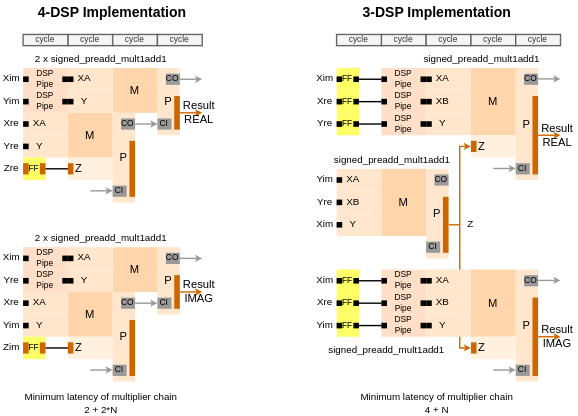
This is VHDL/dspcore2/doc/complex_mult1add1_xilinx.drawio.svg from Fixitfetish/fpga_potpourri, a draw.io export, as it was before one commit. Source tidied: cells renumbered, new cells last; positions are measured from the earlier drawing's top-left corner, leaving out a move shared by most shapes.
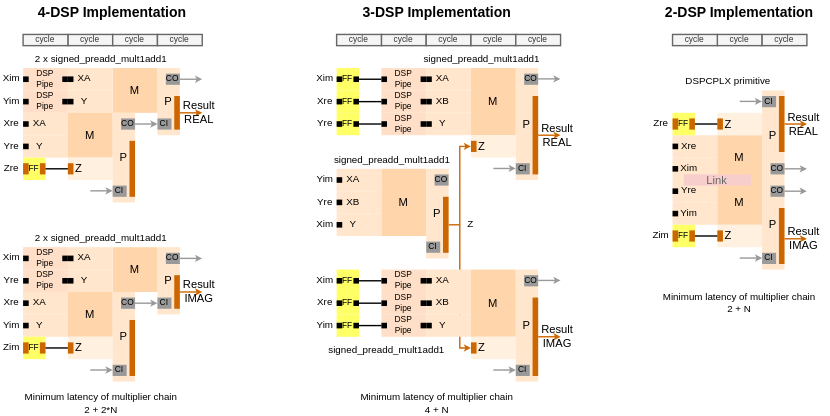
Above is the later version.

What changed in the source:
```diff
@@ -819,5 +819,206 @@
     <mxCell id="248" value="Minimum latency of multiplier chain&lt;br&gt;4 + N" style="text;html=1;strokeColor=none;fillColor=none;align=center;verticalAlign=middle;whiteSpace=wrap;rounded=0;fontSize=7;" parent="1" vertex="1">
       <mxGeometry x="240" y="280" width="144" height="16" as="geometry" />
     </mxCell>
+    <mxCell id="249" value="2-DSP Implementation" style="text;html=1;strokeColor=none;fillColor=none;align=center;verticalAlign=middle;whiteSpace=wrap;rounded=0;fontSize=10;fontStyle=1;" parent="1" vertex="1">
+      <mxGeometry x="464" width="128" height="16" as="geometry" />
+    </mxCell>
+    <mxCell id="250" value="cycle" style="rounded=0;whiteSpace=wrap;html=1;fillStyle=auto;strokeColor=#666666;fontSize=6;fontColor=#333333;fillColor=#f5f5f5;" parent="1" vertex="1">
+      <mxGeometry x="512" y="24" width="32" height="8" as="geometry" />
+    </mxCell>
+    <mxCell id="251" value="cycle" style="rounded=0;whiteSpace=wrap;html=1;fillStyle=auto;strokeColor=#666666;fontSize=6;fontColor=#333333;fillColor=#f5f5f5;" parent="1" vertex="1">
+      <mxGeometry x="544" y="24" width="32" height="8" as="geometry" />
+    </mxCell>
+    <mxCell id="252" value="cycle" style="rounded=0;whiteSpace=wrap;html=1;fillStyle=auto;strokeColor=#666666;fontSize=6;fontColor=#333333;fillColor=#f5f5f5;" parent="1" vertex="1">
+      <mxGeometry x="480" y="24" width="32" height="8" as="geometry" />
+    </mxCell>
+    <mxCell id="253" value="Minimum latency of multiplier chain&lt;br&gt;2 + N" style="text;html=1;strokeColor=none;fillColor=none;align=center;verticalAlign=middle;whiteSpace=wrap;rounded=0;fontSize=7;" parent="1" vertex="1">
+      <mxGeometry x="464" y="208" width="128" height="16" as="geometry" />
+    </mxCell>
+    <mxCell id="254" value="DSPCPLX primitive" style="text;html=1;strokeColor=none;fillColor=none;align=center;verticalAlign=middle;whiteSpace=wrap;rounded=0;fontSize=7;" parent="1" vertex="1">
+      <mxGeometry x="480" y="52" width="80" height="12" as="geometry" />
+    </mxCell>
+    <mxCell id="255" style="group;" parent="1" vertex="1">
+      <mxGeometry x="480" y="64" width="80" height="64" as="geometry" />
+    </mxCell>
+    <mxCell id="256" value="M" style="rounded=0;whiteSpace=wrap;html=1;fillColor=#FFD5AB;strokeColor=none;dashed=1;fontSize=8;align=center;" parent="255" vertex="1">
+      <mxGeometry x="32" y="32" width="32" height="32" as="geometry" />
+    </mxCell>
+    <mxCell id="257" style="rounded=0;whiteSpace=wrap;html=1;fillColor=#FFF0E0;strokeColor=none;dashed=1;fontSize=8;align=center;" parent="255" vertex="1">
+      <mxGeometry x="32" y="16" width="32" height="16" as="geometry" />
+    </mxCell>
+    <mxCell id="258" value="P" style="rounded=0;whiteSpace=wrap;html=1;fillColor=#ffe6cc;strokeColor=none;dashed=1;fontSize=8;align=center;" parent="255" vertex="1">
+      <mxGeometry x="64" width="16" height="64" as="geometry" />
+    </mxCell>
+    <mxCell id="259" value="CI" style="rounded=0;whiteSpace=wrap;html=1;fillColor=#999999;strokeColor=none;dashed=1;fontSize=6;" parent="255" vertex="1">
+      <mxGeometry x="64" y="4" width="10" height="8" as="geometry" />
+    </mxCell>
+    <mxCell id="260" value="CO" style="rounded=0;whiteSpace=wrap;html=1;fillColor=#999999;strokeColor=none;dashed=1;fontSize=6;" parent="255" vertex="1">
+      <mxGeometry x="70" y="52" width="10" height="8" as="geometry" />
+    </mxCell>
+    <mxCell id="261" style="rounded=0;whiteSpace=wrap;html=1;fillColor=#CC6600;strokeColor=none;dashed=1;" parent="255" vertex="1">
+      <mxGeometry x="76" y="4" width="4" height="40" as="geometry" />
+    </mxCell>
+    <mxCell id="262" style="rounded=0;whiteSpace=wrap;html=1;fillColor=#CC6600;strokeColor=none;dashed=1;" parent="255" vertex="1">
+      <mxGeometry x="32" y="20" width="4" height="8" as="geometry" />
+    </mxCell>
+    <mxCell id="263" value="Z" style="text;html=1;strokeColor=none;fillColor=none;align=center;verticalAlign=middle;whiteSpace=wrap;rounded=0;fillStyle=auto;fontSize=8;fontColor=#000000;" parent="255" vertex="1">
+      <mxGeometry x="32" y="16" width="16" height="16" as="geometry" />
+    </mxCell>
+    <mxCell id="264" style="group;" parent="255" vertex="1">
+      <mxGeometry y="48" width="32" height="16" as="geometry" />
+    </mxCell>
+    <mxCell id="265" style="rounded=0;whiteSpace=wrap;html=1;fillColor=#ffe6cc;strokeColor=none;dashed=1;fontSize=10;align=center;" parent="264" vertex="1">
+      <mxGeometry width="32" height="16" as="geometry" />
+    </mxCell>
+    <mxCell id="266" style="rounded=0;whiteSpace=wrap;html=1;fillColor=#000000;strokeColor=none;dashed=1;" parent="264" vertex="1">
+      <mxGeometry y="6" width="4" height="4" as="geometry" />
+    </mxCell>
+    <mxCell id="267" value="Xim" style="rounded=0;whiteSpace=wrap;html=1;fillColor=none;strokeColor=none;dashed=1;fontSize=7;align=center;" parent="264" vertex="1">
+      <mxGeometry x="4" width="16" height="16" as="geometry" />
+    </mxCell>
+    <mxCell id="268" style="group;" parent="255" vertex="1">
+      <mxGeometry y="32" width="32" height="16" as="geometry" />
+    </mxCell>
+    <mxCell id="269" style="rounded=0;whiteSpace=wrap;html=1;fillColor=#ffe6cc;strokeColor=none;dashed=1;fontSize=10;align=center;" parent="268" vertex="1">
+      <mxGeometry width="32" height="16" as="geometry" />
+    </mxCell>
+    <mxCell id="270" style="rounded=0;whiteSpace=wrap;html=1;fillColor=#000000;strokeColor=none;dashed=1;" parent="268" vertex="1">
+      <mxGeometry y="6" width="4" height="4" as="geometry" />
+    </mxCell>
+    <mxCell id="271" value="Xre" style="rounded=0;whiteSpace=wrap;html=1;fillColor=none;strokeColor=none;dashed=1;fontSize=7;align=center;" parent="268" vertex="1">
+      <mxGeometry x="4" width="16" height="16" as="geometry" />
+    </mxCell>
+    <mxCell id="272" style="endArrow=classic;html=1;rounded=0;strokeColor=#999999;fontSize=8;fontColor=#000000;startSize=2;endSize=2;endFill=1;" parent="255" edge="1">
+      <mxGeometry relative="1" as="geometry">
+        <mxPoint x="48" y="7.8" as="sourcePoint" />
+        <mxPoint x="64" y="7.8" as="targetPoint" />
+      </mxGeometry>
+    </mxCell>
+    <mxCell id="273" style="group;" parent="1" vertex="1">
+      <mxGeometry x="480" y="128" width="80" height="64" as="geometry" />
+    </mxCell>
+    <mxCell id="274" value="M" style="rounded=0;whiteSpace=wrap;html=1;fillColor=#FFD5AB;strokeColor=none;dashed=1;fontSize=8;align=center;" parent="273" vertex="1">
+      <mxGeometry x="32" width="32" height="32" as="geometry" />
+    </mxCell>
+    <mxCell id="275" style="rounded=0;whiteSpace=wrap;html=1;fillColor=#FFF0E0;strokeColor=none;dashed=1;fontSize=8;align=center;" parent="273" vertex="1">
+      <mxGeometry x="32" y="32" width="32" height="16" as="geometry" />
+    </mxCell>
+    <mxCell id="276" value="P" style="rounded=0;whiteSpace=wrap;html=1;fillColor=#ffe6cc;strokeColor=none;dashed=1;fontSize=8;align=center;" parent="273" vertex="1">
+      <mxGeometry x="64" width="16" height="64" as="geometry" />
+    </mxCell>
+    <mxCell id="277" value="CI" style="rounded=0;whiteSpace=wrap;html=1;fillColor=#999999;strokeColor=none;dashed=1;fontSize=6;" parent="273" vertex="1">
+      <mxGeometry x="64" y="52" width="10" height="8" as="geometry" />
+    </mxCell>
+    <mxCell id="278" value="CO" style="rounded=0;whiteSpace=wrap;html=1;fillColor=#999999;strokeColor=none;dashed=1;fontSize=6;" parent="273" vertex="1">
+      <mxGeometry x="70" y="4" width="10" height="8" as="geometry" />
+    </mxCell>
+    <mxCell id="279" style="rounded=0;whiteSpace=wrap;html=1;fillColor=#CC6600;strokeColor=none;dashed=1;" parent="273" vertex="1">
+      <mxGeometry x="76" y="20" width="4" height="40" as="geometry" />
+    </mxCell>
+    <mxCell id="280" style="rounded=0;whiteSpace=wrap;html=1;fillColor=#CC6600;strokeColor=none;dashed=1;" parent="273" vertex="1">
+      <mxGeometry x="32" y="36" width="4" height="8" as="geometry" />
+    </mxCell>
+    <mxCell id="281" value="Z" style="text;html=1;strokeColor=none;fillColor=none;align=center;verticalAlign=middle;whiteSpace=wrap;rounded=0;fillStyle=auto;fontSize=8;fontColor=#000000;" parent="273" vertex="1">
+      <mxGeometry x="32" y="32" width="16" height="16" as="geometry" />
+    </mxCell>
+    <mxCell id="282" style="endArrow=classic;html=1;rounded=0;strokeColor=#999999;fontSize=8;fontColor=#000000;startSize=2;endSize=2;endFill=1;" parent="273" edge="1">
+      <mxGeometry relative="1" as="geometry">
+        <mxPoint x="48" y="55.8" as="sourcePoint" />
+        <mxPoint x="64" y="55.8" as="targetPoint" />
+      </mxGeometry>
+    </mxCell>
+    <mxCell id="283" style="rounded=0;whiteSpace=wrap;html=1;fillColor=#ffe6cc;strokeColor=none;dashed=1;fontSize=10;align=center;" parent="273" vertex="1">
+      <mxGeometry y="16" width="32" height="16" as="geometry" />
+    </mxCell>
+    <mxCell id="284" style="rounded=0;whiteSpace=wrap;html=1;fillColor=#000000;strokeColor=none;dashed=1;" parent="273" vertex="1">
+      <mxGeometry y="22" width="4" height="4" as="geometry" />
+    </mxCell>
+    <mxCell id="285" value="Yim" style="rounded=0;whiteSpace=wrap;html=1;fillColor=none;strokeColor=none;dashed=1;fontSize=7;align=center;" parent="273" vertex="1">
+      <mxGeometry x="4" y="16" width="16" height="16" as="geometry" />
+    </mxCell>
+    <mxCell id="286" style="rounded=0;whiteSpace=wrap;html=1;fillColor=#ffe6cc;strokeColor=none;dashed=1;fontSize=10;align=center;" parent="273" vertex="1">
+      <mxGeometry width="32" height="16" as="geometry" />
+    </mxCell>
+    <mxCell id="287" style="rounded=0;whiteSpace=wrap;html=1;fillColor=#000000;strokeColor=none;dashed=1;" parent="273" vertex="1">
+      <mxGeometry y="6" width="4" height="4" as="geometry" />
+    </mxCell>
+    <mxCell id="288" value="Yre" style="rounded=0;whiteSpace=wrap;html=1;fillColor=none;strokeColor=none;dashed=1;fontSize=7;align=center;" parent="273" vertex="1">
+      <mxGeometry x="4" width="16" height="16" as="geometry" />
+    </mxCell>
+    <mxCell id="289" value="Link" style="rounded=0;whiteSpace=wrap;html=1;fillColor=#f8cecc;strokeColor=none;dashed=1;fontSize=8;align=center;fontColor=#666666;" parent="1" vertex="1">
+      <mxGeometry x="488" y="124" width="48" height="8" as="geometry" />
+    </mxCell>
+    <mxCell id="290" style="endArrow=classic;html=1;rounded=0;strokeColor=#999999;fontSize=8;fontColor=#000000;startSize=2;endSize=2;endFill=1;" parent="1" edge="1">
+      <mxGeometry relative="1" as="geometry">
+        <mxPoint x="560" y="120" as="sourcePoint" />
+        <mxPoint x="576" y="120" as="targetPoint" />
+      </mxGeometry>
+    </mxCell>
+    <mxCell id="291" style="endArrow=classic;html=1;rounded=0;strokeColor=#999999;fontSize=8;fontColor=#000000;startSize=2;endSize=2;endFill=1;" parent="1" edge="1">
+      <mxGeometry relative="1" as="geometry">
+        <mxPoint x="560" y="136" as="sourcePoint" />
+        <mxPoint x="576" y="136" as="targetPoint" />
+      </mxGeometry>
+    </mxCell>
+    <mxCell id="292" style="endArrow=classic;html=1;rounded=0;strokeColor=#CC6600;fontSize=8;fontColor=#000000;startSize=2;endSize=2;" parent="1" edge="1">
+      <mxGeometry relative="1" as="geometry">
+        <mxPoint x="560" y="88" as="sourcePoint" />
+        <mxPoint x="576" y="88" as="targetPoint" />
+      </mxGeometry>
+    </mxCell>
+    <mxCell id="293" value="Result&lt;br style=&quot;font-size: 8px;&quot;&gt;REAL" style="text;html=1;strokeColor=none;fillColor=none;align=center;verticalAlign=middle;whiteSpace=wrap;rounded=0;fillStyle=auto;fontSize=8;fontColor=#000000;" parent="1" vertex="1">
+      <mxGeometry x="560" y="76" width="28" height="24" as="geometry" />
+    </mxCell>
+    <mxCell id="294" style="endArrow=classic;html=1;rounded=0;strokeColor=#CC6600;fontSize=8;fontColor=#000000;startSize=2;endSize=2;" parent="1" edge="1">
+      <mxGeometry relative="1" as="geometry">
+        <mxPoint x="560" y="170" as="sourcePoint" />
+        <mxPoint x="576" y="170" as="targetPoint" />
+      </mxGeometry>
+    </mxCell>
+    <mxCell id="295" value="Result&lt;br style=&quot;font-size: 8px;&quot;&gt;IMAG" style="text;html=1;strokeColor=none;fillColor=none;align=center;verticalAlign=middle;whiteSpace=wrap;rounded=0;fillStyle=auto;fontSize=8;fontColor=#000000;" parent="1" vertex="1">
+      <mxGeometry x="560" y="158" width="28" height="24" as="geometry" />
+    </mxCell>
+    <mxCell id="296" style="group;" parent="1" vertex="1">
+      <mxGeometry x="480" y="80" width="32" height="16" as="geometry" />
+    </mxCell>
+    <mxCell id="297" value="FF" style="rounded=0;whiteSpace=wrap;html=1;fillColor=#FFFF66;strokeColor=none;dashed=1;fontSize=6;align=center;" parent="296" vertex="1">
+      <mxGeometry width="16" height="16" as="geometry" />
+    </mxCell>
+    <mxCell id="298" style="rounded=0;whiteSpace=wrap;html=1;fillColor=#CC6600;strokeColor=none;dashed=1;" parent="296" vertex="1">
+      <mxGeometry x="12" y="4" width="4" height="8" as="geometry" />
+    </mxCell>
+    <mxCell id="299" style="rounded=0;whiteSpace=wrap;html=1;fillColor=#CC6600;strokeColor=none;dashed=1;" parent="296" vertex="1">
+      <mxGeometry y="4" width="4" height="8" as="geometry" />
+    </mxCell>
+    <mxCell id="300" style="endArrow=none;html=1;strokeColor=#000000;fontSize=8;fontColor=#000000;startSize=3;endSize=3;curved=1;" parent="296" edge="1">
+      <mxGeometry relative="1" as="geometry">
+        <mxPoint x="16" y="8" as="sourcePoint" />
+        <mxPoint x="32" y="8" as="targetPoint" />
+      </mxGeometry>
+    </mxCell>
+    <mxCell id="301" value="Zre" style="text;html=1;strokeColor=none;fillColor=none;align=center;verticalAlign=middle;whiteSpace=wrap;rounded=0;fontSize=7;" parent="1" vertex="1">
+      <mxGeometry x="464" y="80" width="16" height="16" as="geometry" />
+    </mxCell>
+    <mxCell id="302" style="group;" parent="1" vertex="1">
+      <mxGeometry x="480" y="160" width="32" height="16" as="geometry" />
+    </mxCell>
+    <mxCell id="303" value="FF" style="rounded=0;whiteSpace=wrap;html=1;fillColor=#FFFF66;strokeColor=none;dashed=1;fontSize=6;align=center;" parent="302" vertex="1">
+      <mxGeometry width="16" height="16" as="geometry" />
+    </mxCell>
+    <mxCell id="304" style="rounded=0;whiteSpace=wrap;html=1;fillColor=#CC6600;strokeColor=none;dashed=1;" parent="302" vertex="1">
+      <mxGeometry x="12" y="4" width="4" height="8" as="geometry" />
+    </mxCell>
+    <mxCell id="305" style="rounded=0;whiteSpace=wrap;html=1;fillColor=#CC6600;strokeColor=none;dashed=1;" parent="302" vertex="1">
+      <mxGeometry y="4" width="4" height="8" as="geometry" />
+    </mxCell>
+    <mxCell id="306" style="endArrow=none;html=1;strokeColor=#000000;fontSize=8;fontColor=#000000;startSize=3;endSize=3;curved=1;" parent="302" edge="1">
+      <mxGeometry relative="1" as="geometry">
+        <mxPoint x="16" y="8" as="sourcePoint" />
+        <mxPoint x="32" y="8" as="targetPoint" />
+      </mxGeometry>
+    </mxCell>
+    <mxCell id="307" value="Zim" style="text;html=1;strokeColor=none;fillColor=none;align=center;verticalAlign=middle;whiteSpace=wrap;rounded=0;fontSize=7;" parent="1" vertex="1">
+      <mxGeometry x="464" y="160" width="16" height="16" as="geometry" />
+    </mxCell>
   </root>
 </mxGraphModel>
```
